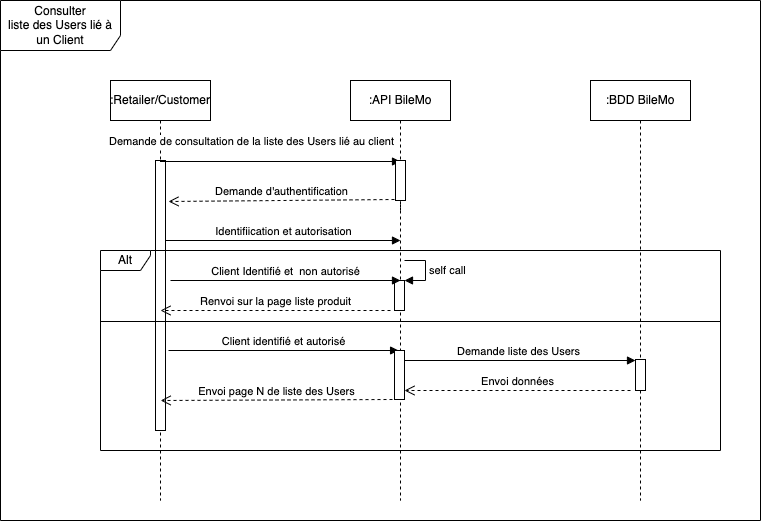
The draw.io diagram _UML/D.sq_consultation_liste_des_users_BileMo.drawio.png in Fossette7/bilemo, before a commit. Source tidied: cells renumbered, new cells last; positions are measured from the earlier drawing's top-left corner, leaving out a move shared by most shapes. Its diagram source:
```xml
<mxGraphModel>
  <root>
    <mxCell id="0" />
    <mxCell id="1" parent="0" />
    <mxCell id="2" value="Consulter&lt;br&gt;liste des Users lié à un Client" style="shape=umlFrame;whiteSpace=wrap;html=1;width=120;height=50;" parent="1" vertex="1">
      <mxGeometry width="760" height="520" as="geometry" />
    </mxCell>
    <mxCell id="3" value=":Retailer/Customer" style="shape=umlLifeline;perimeter=lifelinePerimeter;whiteSpace=wrap;html=1;" parent="1" vertex="1">
      <mxGeometry x="110" y="80" width="100" height="420" as="geometry" />
    </mxCell>
    <mxCell id="4" style="html=1;perimeter=orthogonalPerimeter;" parent="3" vertex="1">
      <mxGeometry x="45" y="80" width="10" height="270" as="geometry" />
    </mxCell>
    <mxCell id="5" value="Identifiication et autorisation" style="html=1;verticalAlign=bottom;endArrow=block;rounded=0;entryX=0;entryY=0.1;entryDx=0;entryDy=0;entryPerimeter=0;" parent="3" edge="1">
      <mxGeometry relative="1" as="geometry">
        <mxPoint x="55" y="160" as="sourcePoint" />
        <mxPoint x="290" y="160" as="targetPoint" />
      </mxGeometry>
    </mxCell>
    <mxCell id="6" value=":API BileMo" style="shape=umlLifeline;perimeter=lifelinePerimeter;whiteSpace=wrap;html=1;" parent="1" vertex="1">
      <mxGeometry x="350" y="80" width="100" height="420" as="geometry" />
    </mxCell>
    <mxCell id="7" value=":BDD BileMo" style="shape=umlLifeline;perimeter=lifelinePerimeter;whiteSpace=wrap;html=1;" parent="1" vertex="1">
      <mxGeometry x="590" y="80" width="100" height="420" as="geometry" />
    </mxCell>
    <mxCell id="8" value="Demande de consultation de la liste des Users lié au client" style="html=1;verticalAlign=bottom;endArrow=block;rounded=0;" parent="1" edge="1">
      <mxGeometry x="-0.25" y="11" relative="1" as="geometry">
        <mxPoint x="159.5" y="161" as="sourcePoint" />
        <mxPoint x="400" y="161" as="targetPoint" />
      </mxGeometry>
    </mxCell>
    <mxCell id="9" style="html=1;points=[];perimeter=orthogonalPerimeter;" parent="1" vertex="1">
      <mxGeometry x="395" y="160" width="10" height="40" as="geometry" />
    </mxCell>
    <mxCell id="10" style="html=1;verticalAlign=bottom;endArrow=none;dashed=1;endSize=8;rounded=0;" parent="1" edge="1" target="9">
      <mxGeometry relative="1" as="geometry">
        <mxPoint x="400" y="210" as="sourcePoint" />
      </mxGeometry>
    </mxCell>
    <mxCell id="11" value="Demande d'authentification" style="html=1;verticalAlign=bottom;endArrow=open;dashed=1;endSize=8;rounded=0;entryX=0.9;entryY=0.46;entryDx=0;entryDy=0;entryPerimeter=0;" parent="1" edge="1">
      <mxGeometry relative="1" as="geometry">
        <mxPoint x="394" y="199" as="sourcePoint" />
        <mxPoint x="168" y="201" as="targetPoint" />
      </mxGeometry>
    </mxCell>
    <mxCell id="12" value="Alt" style="shape=umlFrame;whiteSpace=wrap;html=1;width=50;height=20;" parent="1" vertex="1">
      <mxGeometry x="100" y="250" width="620" height="200" as="geometry" />
    </mxCell>
    <mxCell id="13" style="html=1;points=[];perimeter=orthogonalPerimeter;" parent="1" vertex="1">
      <mxGeometry x="635" y="359" width="10" height="31" as="geometry" />
    </mxCell>
    <mxCell id="14" style="html=1;points=[];perimeter=orthogonalPerimeter;" parent="1" vertex="1">
      <mxGeometry x="394" y="280" width="10" height="30" as="geometry" />
    </mxCell>
    <mxCell id="15" value="self call" style="edgeStyle=orthogonalEdgeStyle;html=1;align=left;spacingLeft=2;endArrow=block;rounded=0;entryX=1;entryY=0;" parent="1" edge="1" target="14">
      <mxGeometry relative="1" as="geometry">
        <mxPoint x="404" y="260" as="sourcePoint" />
        <Array as="points">
          <mxPoint x="425" y="260" />
        </Array>
      </mxGeometry>
    </mxCell>
    <mxCell id="16" value="Client Identifié et&amp;nbsp; non autorisé" style="html=1;verticalAlign=bottom;endArrow=block;rounded=0;entryX=0.6;entryY=0;entryDx=0;entryDy=0;entryPerimeter=0;" parent="1" edge="1" target="14">
      <mxGeometry relative="1" as="geometry">
        <mxPoint x="170" y="280" as="sourcePoint" />
      </mxGeometry>
    </mxCell>
    <mxCell id="17" value="Renvoi sur la page liste produit" style="html=1;verticalAlign=bottom;endArrow=open;dashed=1;endSize=8;rounded=0;" parent="1" edge="1">
      <mxGeometry relative="1" as="geometry">
        <mxPoint x="390" y="310" as="sourcePoint" />
        <mxPoint x="160" y="310" as="targetPoint" />
      </mxGeometry>
    </mxCell>
    <mxCell id="18" style="line;strokeWidth=1;fillColor=none;align=left;verticalAlign=middle;spacingTop=-1;spacingLeft=3;spacingRight=3;labelPosition=right;" parent="1" vertex="1">
      <mxGeometry x="100" y="317" width="620" height="8" as="geometry" />
    </mxCell>
    <mxCell id="19" value="Client identifié et autorisé" style="html=1;verticalAlign=bottom;endArrow=block;rounded=0;entryX=0.484;entryY=0.5;entryDx=0;entryDy=0;entryPerimeter=0;" parent="1" edge="1">
      <mxGeometry relative="1" as="geometry">
        <mxPoint x="168" y="350" as="sourcePoint" />
        <mxPoint x="398.1" y="350" as="targetPoint" />
      </mxGeometry>
    </mxCell>
    <mxCell id="20" value="Demande liste des Users" style="html=1;verticalAlign=bottom;endArrow=block;rounded=0;" parent="1" edge="1" target="13">
      <mxGeometry relative="1" as="geometry">
        <mxPoint x="400" y="360" as="sourcePoint" />
      </mxGeometry>
    </mxCell>
    <mxCell id="21" value="Envoi données" style="html=1;verticalAlign=bottom;endArrow=open;dashed=1;endSize=8;rounded=0;" parent="1" edge="1" target="22">
      <mxGeometry relative="1" as="geometry">
        <mxPoint x="630" y="390" as="sourcePoint" />
      </mxGeometry>
    </mxCell>
    <mxCell id="22" style="html=1;points=[];perimeter=orthogonalPerimeter;" parent="1" vertex="1">
      <mxGeometry x="394" y="350" width="10" height="49" as="geometry" />
    </mxCell>
    <mxCell id="23" value="Envoi page N de liste des Users" style="html=1;verticalAlign=bottom;endArrow=open;dashed=1;endSize=8;rounded=0;entryX=0.097;entryY=0.75;entryDx=0;entryDy=0;entryPerimeter=0;" parent="1" edge="1" target="12">
      <mxGeometry relative="1" as="geometry">
        <mxPoint x="392" y="399" as="sourcePoint" />
      </mxGeometry>
    </mxCell>
  </root>
</mxGraphModel>
```
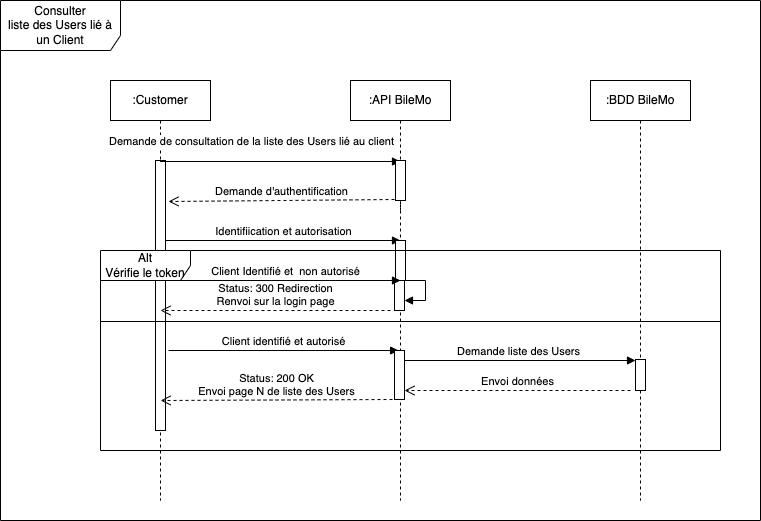
After the commit.

Diff of the diagram source:
```diff
@@ -5,7 +5,7 @@
     <mxCell id="2" value="Consulter&lt;br&gt;liste des Users lié à un Client" style="shape=umlFrame;whiteSpace=wrap;html=1;width=120;height=50;" parent="1" vertex="1">
       <mxGeometry width="760" height="520" as="geometry" />
     </mxCell>
-    <mxCell id="3" value=":Retailer/Customer" style="shape=umlLifeline;perimeter=lifelinePerimeter;whiteSpace=wrap;html=1;" parent="1" vertex="1">
+    <mxCell id="3" value=":Customer" style="shape=umlLifeline;perimeter=lifelinePerimeter;whiteSpace=wrap;html=1;" parent="1" vertex="1">
       <mxGeometry x="110" y="80" width="100" height="420" as="geometry" />
     </mxCell>
     <mxCell id="4" style="html=1;perimeter=orthogonalPerimeter;" parent="3" vertex="1">
@@ -20,6 +20,9 @@
     <mxCell id="6" value=":API BileMo" style="shape=umlLifeline;perimeter=lifelinePerimeter;whiteSpace=wrap;html=1;" parent="1" vertex="1">
       <mxGeometry x="350" y="80" width="100" height="420" as="geometry" />
     </mxCell>
+    <mxCell id="24" style="html=1;perimeter=orthogonalPerimeter;" parent="6" vertex="1">
+      <mxGeometry x="45" y="160" width="10" height="40" as="geometry" />
+    </mxCell>
     <mxCell id="7" value=":BDD BileMo" style="shape=umlLifeline;perimeter=lifelinePerimeter;whiteSpace=wrap;html=1;" parent="1" vertex="1">
       <mxGeometry x="590" y="80" width="100" height="420" as="geometry" />
     </mxCell>
@@ -43,7 +46,7 @@
         <mxPoint x="168" y="201" as="targetPoint" />
       </mxGeometry>
     </mxCell>
-    <mxCell id="12" value="Alt" style="shape=umlFrame;whiteSpace=wrap;html=1;width=50;height=20;" parent="1" vertex="1">
+    <mxCell id="12" value="Alt&lt;br&gt;Vérifie le token" style="shape=umlFrame;whiteSpace=wrap;html=1;width=90;height=30;" parent="1" vertex="1">
       <mxGeometry x="100" y="250" width="620" height="200" as="geometry" />
     </mxCell>
     <mxCell id="13" style="html=1;points=[];perimeter=orthogonalPerimeter;" parent="1" vertex="1">
@@ -52,11 +55,12 @@
     <mxCell id="14" style="html=1;points=[];perimeter=orthogonalPerimeter;" parent="1" vertex="1">
       <mxGeometry x="394" y="280" width="10" height="30" as="geometry" />
     </mxCell>
-    <mxCell id="15" value="self call" style="edgeStyle=orthogonalEdgeStyle;html=1;align=left;spacingLeft=2;endArrow=block;rounded=0;entryX=1;entryY=0;" parent="1" edge="1" target="14">
+    <mxCell id="15" style="edgeStyle=orthogonalEdgeStyle;html=1;align=left;spacingLeft=2;endArrow=block;rounded=0;entryX=1;entryY=0;" parent="1" edge="1">
       <mxGeometry relative="1" as="geometry">
-        <mxPoint x="404" y="260" as="sourcePoint" />
+        <mxPoint x="404" y="280" as="sourcePoint" />
+        <mxPoint x="404" y="300" as="targetPoint" />
         <Array as="points">
-          <mxPoint x="425" y="260" />
+          <mxPoint x="425" y="280" />
         </Array>
       </mxGeometry>
     </mxCell>
@@ -65,7 +69,7 @@
         <mxPoint x="170" y="280" as="sourcePoint" />
       </mxGeometry>
     </mxCell>
-    <mxCell id="17" value="Renvoi sur la page liste produit" style="html=1;verticalAlign=bottom;endArrow=open;dashed=1;endSize=8;rounded=0;" parent="1" edge="1">
+    <mxCell id="17" value="Status: 300 Redirection&lt;br&gt;Renvoi sur la login page" style="html=1;verticalAlign=bottom;endArrow=open;dashed=1;endSize=8;rounded=0;" parent="1" edge="1">
       <mxGeometry relative="1" as="geometry">
         <mxPoint x="390" y="310" as="sourcePoint" />
         <mxPoint x="160" y="310" as="targetPoint" />
@@ -93,7 +97,7 @@
     <mxCell id="22" style="html=1;points=[];perimeter=orthogonalPerimeter;" parent="1" vertex="1">
       <mxGeometry x="394" y="350" width="10" height="49" as="geometry" />
     </mxCell>
-    <mxCell id="23" value="Envoi page N de liste des Users" style="html=1;verticalAlign=bottom;endArrow=open;dashed=1;endSize=8;rounded=0;entryX=0.097;entryY=0.75;entryDx=0;entryDy=0;entryPerimeter=0;" parent="1" edge="1" target="12">
+    <mxCell id="23" value="Status: 200 OK&lt;br&gt;Envoi page N de liste des Users" style="html=1;verticalAlign=bottom;endArrow=open;dashed=1;endSize=8;rounded=0;entryX=0.097;entryY=0.75;entryDx=0;entryDy=0;entryPerimeter=0;" parent="1" edge="1" target="12">
       <mxGeometry relative="1" as="geometry">
         <mxPoint x="392" y="399" as="sourcePoint" />
       </mxGeometry>
```
